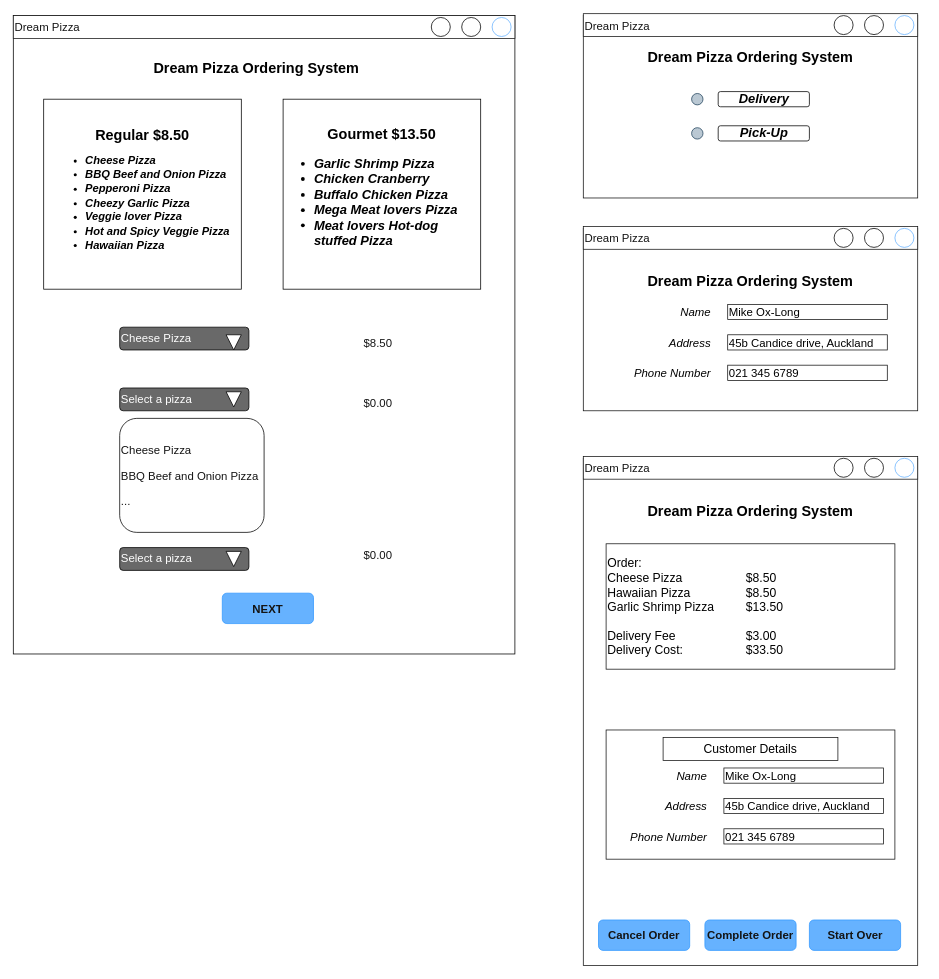
The draw.io diagram page "CUSTOMER DETAILS" (1 of 5) of Pizza_GUI.drawio in ASDAH-Digtal/pizza-program-Maori-boi, before the edit. Source tidied: cells renumbered, new cells numbered last; positions are measured from the earlier drawing's top-left corner, leaving out a move shared by most shapes. Both pictures are drawn from the tidied source at 76%, with x=0, y=0 at pixel (13, 14).
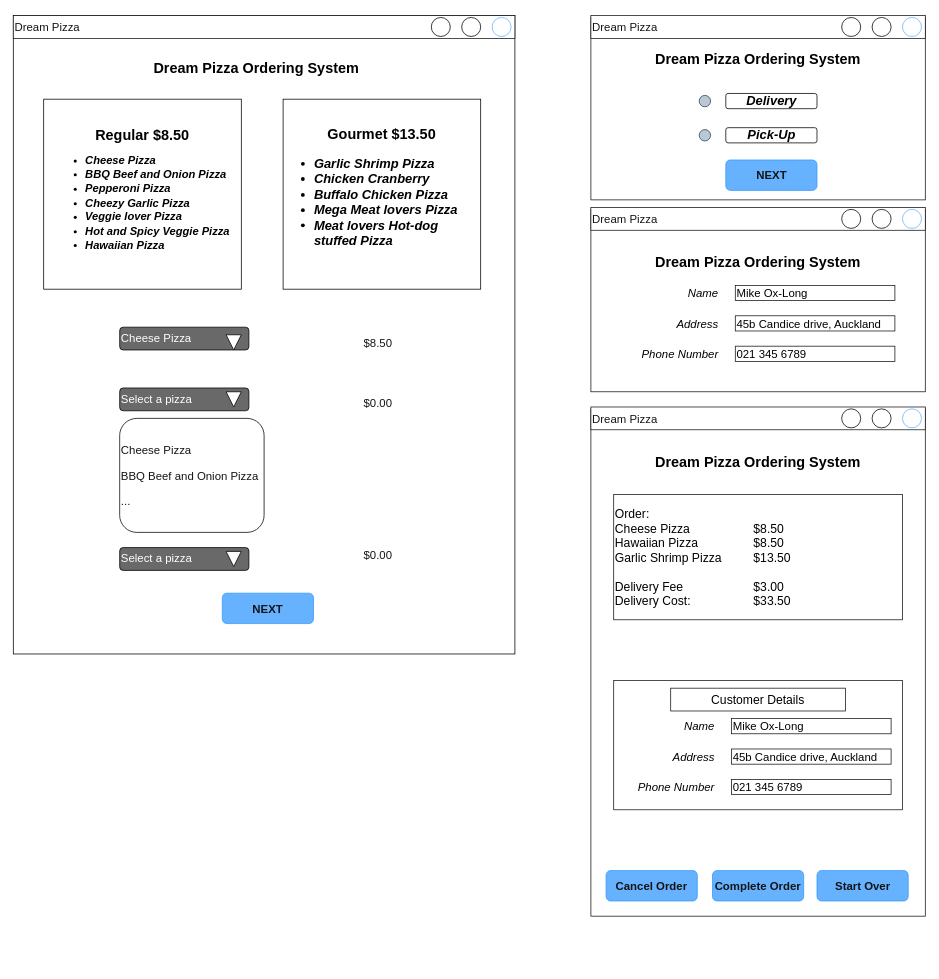
The same diagram, later.

Commit message:
Made changes to Design

What changed in the source:
```diff
@@
     <mxCell id="2" style="rounded=0;whiteSpace=wrap;html=1;labelBackgroundColor=#66B2FF;fontFamily=Helvetica;fontSize=15;fontColor=#141414;strokeColor=#141414;fillColor=#FFFFFF;" parent="1" vertex="1">
-      <mxGeometry x="750" y="584.5" width="440" height="667.5" as="geometry" />
+      <mxGeometry x="760" y="519.5" width="440" height="667.5" as="geometry" />
     </mxCell>
     <mxCell id="3" style="rounded=0;whiteSpace=wrap;html=1;fontSize=16;strokeColor=#141414;align=left;" parent="1" vertex="1">
-      <mxGeometry x="780" y="942" width="380" height="170" as="geometry" />
+      <mxGeometry x="790" y="877" width="380" height="170" as="geometry" />
     </mxCell>
@@
     <mxCell id="23" style="rounded=0;whiteSpace=wrap;html=1;labelBackgroundColor=#66B2FF;fontFamily=Helvetica;fontSize=15;fontColor=#141414;strokeColor=#141414;fillColor=#FFFFFF;" parent="1" vertex="1">
-      <mxGeometry x="750" y="2" width="440" height="240" as="geometry" />
+      <mxGeometry x="760" y="4.5" width="440" height="240" as="geometry" />
     </mxCell>
     <mxCell id="24" value="Dream Pizza" style="rounded=0;whiteSpace=wrap;html=1;labelBackgroundColor=#FFFFFF;fontFamily=Helvetica;fontSize=15;fontColor=#141414;strokeColor=#141414;fillColor=#FFFFFF;align=left;" parent="1" vertex="1">
-      <mxGeometry x="750" y="-0.5" width="440" height="30" as="geometry" />
+      <mxGeometry x="760" y="2" width="440" height="30" as="geometry" />
     </mxCell>
     <mxCell id="25" style="ellipse;whiteSpace=wrap;html=1;strokeColor=#66B2FF;" parent="1" vertex="1">
-      <mxGeometry x="1160" y="2" width="25" height="25" as="geometry" />
+      <mxGeometry x="1170" y="4.5" width="25" height="25" as="geometry" />
     </mxCell>
     <mxCell id="26" style="ellipse;whiteSpace=wrap;html=1;" parent="1" vertex="1">
-      <mxGeometry x="1120" y="2" width="25" height="25" as="geometry" />
+      <mxGeometry x="1130" y="4.5" width="25" height="25" as="geometry" />
     </mxCell>
     <mxCell id="27" style="ellipse;whiteSpace=wrap;html=1;" parent="1" vertex="1">
-      <mxGeometry x="1080" y="2" width="25" height="25" as="geometry" />
+      <mxGeometry x="1090" y="4.5" width="25" height="25" as="geometry" />
     </mxCell>
     <mxCell id="28" style="ellipse;whiteSpace=wrap;html=1;fillColor=#bac8d3;strokeColor=#23445d;" parent="1" vertex="1">
-      <mxGeometry x="892.5" y="149.5" width="15" height="15" as="geometry" />
+      <mxGeometry x="902.5" y="152" width="15" height="15" as="geometry" />
     </mxCell>
     <mxCell id="29" value="&lt;font size=&quot;1&quot;&gt;&lt;b style=&quot;font-size: 17px&quot;&gt;&lt;i&gt;Delivery&lt;/i&gt;&lt;/b&gt;&lt;/font&gt;" style="rounded=1;whiteSpace=wrap;html=1;" parent="1" vertex="1">
-      <mxGeometry x="927.5" y="102" width="120" height="20" as="geometry" />
+      <mxGeometry x="937.5" y="104.5" width="120" height="20" as="geometry" />
     </mxCell>
     <mxCell id="30" value="&lt;b&gt;&lt;font style=&quot;font-size: 17px&quot;&gt;&lt;i&gt;Pick-Up&lt;/i&gt;&lt;/font&gt;&lt;/b&gt;" style="rounded=1;whiteSpace=wrap;html=1;" parent="1" vertex="1">
-      <mxGeometry x="927.5" y="147" width="120" height="20" as="geometry" />
+      <mxGeometry x="937.5" y="149.5" width="120" height="20" as="geometry" />
     </mxCell>
     <mxCell id="31" style="ellipse;whiteSpace=wrap;html=1;fillColor=#bac8d3;strokeColor=#23445d;" parent="1" vertex="1">
-      <mxGeometry x="892.5" y="104.5" width="15" height="15" as="geometry" />
+      <mxGeometry x="902.5" y="107" width="15" height="15" as="geometry" />
     </mxCell>
     <mxCell id="32" style="rounded=0;whiteSpace=wrap;html=1;labelBackgroundColor=#66B2FF;fontFamily=Helvetica;fontSize=15;fontColor=#141414;strokeColor=#141414;fillColor=#FFFFFF;" parent="1" vertex="1">
-      <mxGeometry x="750" y="282" width="440" height="240" as="geometry" />
+      <mxGeometry x="760" y="257" width="440" height="240" as="geometry" />
     </mxCell>
     <mxCell id="33" value="Dream Pizza" style="rounded=0;whiteSpace=wrap;html=1;labelBackgroundColor=#FFFFFF;fontFamily=Helvetica;fontSize=15;fontColor=#141414;strokeColor=#141414;fillColor=#FFFFFF;align=left;" parent="1" vertex="1">
-      <mxGeometry x="750" y="279.5" width="440" height="30" as="geometry" />
+      <mxGeometry x="760" y="254.5" width="440" height="30" as="geometry" />
     </mxCell>
     <mxCell id="34" style="ellipse;whiteSpace=wrap;html=1;strokeColor=#66B2FF;" parent="1" vertex="1">
-      <mxGeometry x="1160" y="282" width="25" height="25" as="geometry" />
+      <mxGeometry x="1170" y="257" width="25" height="25" as="geometry" />
     </mxCell>
     <mxCell id="35" style="ellipse;whiteSpace=wrap;html=1;" parent="1" vertex="1">
-      <mxGeometry x="1120" y="282" width="25" height="25" as="geometry" />
+      <mxGeometry x="1130" y="257" width="25" height="25" as="geometry" />
     </mxCell>
     <mxCell id="36" style="ellipse;whiteSpace=wrap;html=1;" parent="1" vertex="1">
-      <mxGeometry x="1080" y="282" width="25" height="25" as="geometry" />
+      <mxGeometry x="1090" y="257" width="25" height="25" as="geometry" />
     </mxCell>
     <mxCell id="37" value="&lt;font size=&quot;1&quot;&gt;&lt;i style=&quot;font-size: 15px&quot;&gt;Name&lt;/i&gt;&lt;/font&gt;" style="rounded=1;whiteSpace=wrap;html=1;strokeColor=#FFFFFF;align=right;" parent="1" vertex="1">
-      <mxGeometry x="800" y="382" width="120" height="20" as="geometry" />
+      <mxGeometry x="810" y="357" width="120" height="20" as="geometry" />
     </mxCell>
     <mxCell id="38" value="&lt;font size=&quot;1&quot;&gt;&lt;i style=&quot;font-size: 15px&quot;&gt;Address&lt;/i&gt;&lt;/font&gt;" style="rounded=1;whiteSpace=wrap;html=1;strokeColor=#FFFFFF;align=right;" parent="1" vertex="1">
-      <mxGeometry x="800" y="422" width="120" height="20" as="geometry" />
+      <mxGeometry x="810" y="397" width="120" height="20" as="geometry" />
     </mxCell>
     <mxCell id="39" value="&lt;font size=&quot;1&quot;&gt;&lt;i style=&quot;font-size: 15px&quot;&gt;Phone Number&lt;/i&gt;&lt;/font&gt;" style="rounded=1;whiteSpace=wrap;html=1;strokeColor=#FFFFFF;align=right;" parent="1" vertex="1">
-      <mxGeometry x="800" y="462" width="120" height="20" as="geometry" />
+      <mxGeometry x="810" y="437" width="120" height="20" as="geometry" />
     </mxCell>
     <mxCell id="40" value="Mike Ox-Long" style="rounded=0;whiteSpace=wrap;html=1;fontSize=15;strokeColor=#141414;align=left;" parent="1" vertex="1">
-      <mxGeometry x="940" y="382" width="210" height="20" as="geometry" />
+      <mxGeometry x="950" y="357" width="210" height="20" as="geometry" />
     </mxCell>
     <mxCell id="41" value="021 345 6789" style="rounded=0;whiteSpace=wrap;html=1;fontSize=15;strokeColor=#141414;align=left;" parent="1" vertex="1">
-      <mxGeometry x="940" y="462" width="210" height="20" as="geometry" />
+      <mxGeometry x="950" y="437" width="210" height="20" as="geometry" />
     </mxCell>
     <mxCell id="42" value="45b Candice drive, Auckland" style="rounded=0;whiteSpace=wrap;html=1;fontSize=15;strokeColor=#141414;align=left;" parent="1" vertex="1">
-      <mxGeometry x="940" y="422" width="210" height="20" as="geometry" />
+      <mxGeometry x="950" y="397" width="210" height="20" as="geometry" />
     </mxCell>
     <mxCell id="43" value="&lt;font size=&quot;1&quot;&gt;&lt;b style=&quot;font-size: 19px&quot;&gt;Dream Pizza Ordering System&lt;/b&gt;&lt;/font&gt;" style="rounded=0;whiteSpace=wrap;html=1;strokeColor=#FFFFFF;" parent="1" vertex="1">
-      <mxGeometry x="830" y="32" width="280" height="50" as="geometry" />
+      <mxGeometry x="840" y="34.5" width="280" height="50" as="geometry" />
     </mxCell>
     <mxCell id="44" value="&lt;font size=&quot;1&quot;&gt;&lt;b style=&quot;font-size: 19px&quot;&gt;Dream Pizza Ordering System&lt;/b&gt;&lt;/font&gt;" style="rounded=0;whiteSpace=wrap;html=1;strokeColor=#FFFFFF;" parent="1" vertex="1">
-      <mxGeometry x="830" y="332" width="280" height="40" as="geometry" />
+      <mxGeometry x="840" y="307" width="280" height="40" as="geometry" />
     </mxCell>
     <mxCell id="45" value="Dream Pizza" style="rounded=0;whiteSpace=wrap;html=1;labelBackgroundColor=#FFFFFF;fontFamily=Helvetica;fontSize=15;fontColor=#141414;strokeColor=#141414;fillColor=#FFFFFF;align=left;" parent="1" vertex="1">
-      <mxGeometry x="750" y="582" width="440" height="30" as="geometry" />
+      <mxGeometry x="760" y="517" width="440" height="30" as="geometry" />
     </mxCell>
     <mxCell id="46" style="ellipse;whiteSpace=wrap;html=1;strokeColor=#66B2FF;" parent="1" vertex="1">
-      <mxGeometry x="1160" y="584.5" width="25" height="25" as="geometry" />
+      <mxGeometry x="1170" y="519.5" width="25" height="25" as="geometry" />
     </mxCell>
     <mxCell id="47" style="ellipse;whiteSpace=wrap;html=1;" parent="1" vertex="1">
-      <mxGeometry x="1120" y="584.5" width="25" height="25" as="geometry" />
+      <mxGeometry x="1130" y="519.5" width="25" height="25" as="geometry" />
     </mxCell>
     <mxCell id="48" style="ellipse;whiteSpace=wrap;html=1;" parent="1" vertex="1">
-      <mxGeometry x="1080" y="584.5" width="25" height="25" as="geometry" />
+      <mxGeometry x="1090" y="519.5" width="25" height="25" as="geometry" />
     </mxCell>
     <mxCell id="49" value="&lt;font size=&quot;1&quot;&gt;&lt;i style=&quot;font-size: 15px&quot;&gt;Name&lt;/i&gt;&lt;/font&gt;" style="rounded=1;whiteSpace=wrap;html=1;strokeColor=#FFFFFF;align=right;" parent="1" vertex="1">
-      <mxGeometry x="795" y="992" width="120" height="20" as="geometry" />
+      <mxGeometry x="805" y="927" width="120" height="20" as="geometry" />
     </mxCell>
     <mxCell id="50" value="&lt;font size=&quot;1&quot;&gt;&lt;i style=&quot;font-size: 15px&quot;&gt;Address&lt;/i&gt;&lt;/font&gt;" style="rounded=1;whiteSpace=wrap;html=1;strokeColor=#FFFFFF;align=right;" parent="1" vertex="1">
-      <mxGeometry x="795" y="1032" width="120" height="20" as="geometry" />
+      <mxGeometry x="805" y="967" width="120" height="20" as="geometry" />
     </mxCell>
     <mxCell id="51" value="&lt;font size=&quot;1&quot;&gt;&lt;i style=&quot;font-size: 15px&quot;&gt;Phone Number&lt;/i&gt;&lt;/font&gt;" style="rounded=1;whiteSpace=wrap;html=1;strokeColor=#FFFFFF;align=right;" parent="1" vertex="1">
-      <mxGeometry x="795" y="1072" width="120" height="20" as="geometry" />
+      <mxGeometry x="805" y="1007" width="120" height="20" as="geometry" />
     </mxCell>
     <mxCell id="52" value="Mike Ox-Long" style="rounded=0;whiteSpace=wrap;html=1;fontSize=15;strokeColor=#141414;align=left;" parent="1" vertex="1">
-      <mxGeometry x="935" y="992" width="210" height="20" as="geometry" />
+      <mxGeometry x="945" y="927" width="210" height="20" as="geometry" />
     </mxCell>
     <mxCell id="53" value="021 345 6789" style="rounded=0;whiteSpace=wrap;html=1;fontSize=15;strokeColor=#141414;align=left;" parent="1" vertex="1">
-      <mxGeometry x="935" y="1072" width="210" height="20" as="geometry" />
+      <mxGeometry x="945" y="1007" width="210" height="20" as="geometry" />
     </mxCell>
     <mxCell id="54" value="45b Candice drive, Auckland" style="rounded=0;whiteSpace=wrap;html=1;fontSize=15;strokeColor=#141414;align=left;" parent="1" vertex="1">
-      <mxGeometry x="935" y="1032" width="210" height="20" as="geometry" />
+      <mxGeometry x="945" y="967" width="210" height="20" as="geometry" />
     </mxCell>
     <mxCell id="55" value="&lt;font size=&quot;1&quot;&gt;&lt;b style=&quot;font-size: 19px&quot;&gt;Dream Pizza Ordering System&lt;/b&gt;&lt;/font&gt;" style="rounded=0;whiteSpace=wrap;html=1;strokeColor=#FFFFFF;" parent="1" vertex="1">
-      <mxGeometry x="830" y="634.5" width="280" height="40" as="geometry" />
+      <mxGeometry x="840" y="569.5" width="280" height="40" as="geometry" />
     </mxCell>
     <mxCell id="56" value="&lt;b&gt;Cancel Order&lt;/b&gt;" style="rounded=1;whiteSpace=wrap;html=1;labelBackgroundColor=#66B2FF;fontFamily=Helvetica;fontSize=15;fontColor=#141414;strokeColor=#3399FF;fillColor=#66B2FF;" parent="1" vertex="1">
-      <mxGeometry x="770" y="1192" width="120" height="40" as="geometry" />
+      <mxGeometry x="780" y="1127" width="120" height="40" as="geometry" />
     </mxCell>
     <mxCell id="57" value="&lt;b&gt;Complete Order&lt;/b&gt;" style="rounded=1;whiteSpace=wrap;html=1;labelBackgroundColor=#66B2FF;fontFamily=Helvetica;fontSize=15;fontColor=#141414;strokeColor=#3399FF;fillColor=#66B2FF;" parent="1" vertex="1">
-      <mxGeometry x="910" y="1192" width="120" height="40" as="geometry" />
+      <mxGeometry x="920" y="1127" width="120" height="40" as="geometry" />
     </mxCell>
     <mxCell id="58" value="&lt;b&gt;Start Over&lt;/b&gt;" style="rounded=1;whiteSpace=wrap;html=1;labelBackgroundColor=#66B2FF;fontFamily=Helvetica;fontSize=15;fontColor=#141414;strokeColor=#3399FF;fillColor=#66B2FF;" parent="1" vertex="1">
-      <mxGeometry x="1047.5" y="1192" width="120" height="40" as="geometry" />
+      <mxGeometry x="1057.5" y="1127" width="120" height="40" as="geometry" />
     </mxCell>
     <mxCell id="59" value="&lt;span&gt;Order:&lt;/span&gt;&lt;br&gt;&lt;span&gt;Cheese Pizza&amp;nbsp;&lt;/span&gt;&lt;span&gt;&#9;&lt;span style=&quot;white-space: pre&quot;&gt;&#9;&lt;/span&gt;&lt;span style=&quot;white-space: pre&quot;&gt;&#9;&lt;/span&gt;&lt;/span&gt;&lt;span&gt;&#9;&lt;/span&gt;&lt;span&gt;&#9;&lt;/span&gt;&lt;span&gt;$8.50&lt;/span&gt;&lt;br&gt;&lt;span&gt;Hawaiian Pizza&amp;nbsp;&lt;/span&gt;&lt;span&gt;&#9;&lt;span style=&quot;white-space: pre&quot;&gt;&#9;&lt;/span&gt;&lt;span style=&quot;white-space: pre&quot;&gt;&#9;&lt;/span&gt;&lt;/span&gt;&lt;span&gt;&#9;&lt;/span&gt;&lt;span&gt;$8.50&lt;/span&gt;&lt;br&gt;&lt;span&gt;Garlic Shrimp Pizza&amp;nbsp;&lt;span style=&quot;white-space: pre&quot;&gt;&#9;&lt;/span&gt;&lt;/span&gt;&lt;span&gt;&#9;&lt;/span&gt;&lt;span&gt;$13.50&lt;/span&gt;&lt;br&gt;&lt;br&gt;&lt;span&gt;Delivery Fee&amp;nbsp;&lt;/span&gt;&lt;span&gt;&#9;&lt;span style=&quot;white-space: pre&quot;&gt;&#9;&lt;/span&gt;&lt;span style=&quot;white-space: pre&quot;&gt;&#9;&lt;/span&gt;&lt;span style=&quot;white-space: pre&quot;&gt;&#9;&lt;/span&gt;&lt;/span&gt;&lt;span&gt;&#9;&lt;/span&gt;&lt;span&gt;&#9;&lt;/span&gt;&lt;span&gt;$3.00&lt;/span&gt;&lt;br&gt;&lt;span&gt;Delivery Cost:&amp;nbsp;&lt;/span&gt;&lt;span&gt;&#9;&lt;span style=&quot;white-space: pre&quot;&gt;&#9;&lt;/span&gt;&lt;span style=&quot;white-space: pre&quot;&gt;&#9;&lt;/span&gt;&lt;/span&gt;&lt;span&gt;&#9;&lt;/span&gt;&lt;span&gt;&#9;&lt;/span&gt;&lt;span&gt;$33.50&lt;/span&gt;" style="rounded=0;whiteSpace=wrap;html=1;fontSize=16;strokeColor=#141414;align=left;" parent="1" vertex="1">
-      <mxGeometry x="780" y="697" width="380" height="165" as="geometry" />
+      <mxGeometry x="790" y="632" width="380" height="165" as="geometry" />
     </mxCell>
     <mxCell id="60" value="&lt;font style=&quot;font-size: 16px&quot;&gt;Customer Details&lt;/font&gt;" style="rounded=0;whiteSpace=wrap;html=1;fontFamily=Helvetica;fontSize=19;fontColor=default;strokeColor=#141414;fillColor=default;" parent="1" vertex="1">
-      <mxGeometry x="855" y="952" width="230" height="30" as="geometry" />
+      <mxGeometry x="865" y="887" width="230" height="30" as="geometry" />
     </mxCell>
+    <mxCell id="61" value="&lt;b&gt;NEXT&lt;/b&gt;" style="rounded=1;whiteSpace=wrap;html=1;labelBackgroundColor=#66B2FF;fontFamily=Helvetica;fontSize=15;fontColor=#141414;strokeColor=#3399FF;fillColor=#66B2FF;" parent="1" vertex="1">
+      <mxGeometry x="937.5" y="192" width="120" height="40" as="geometry" />
+    </mxCell>
```
